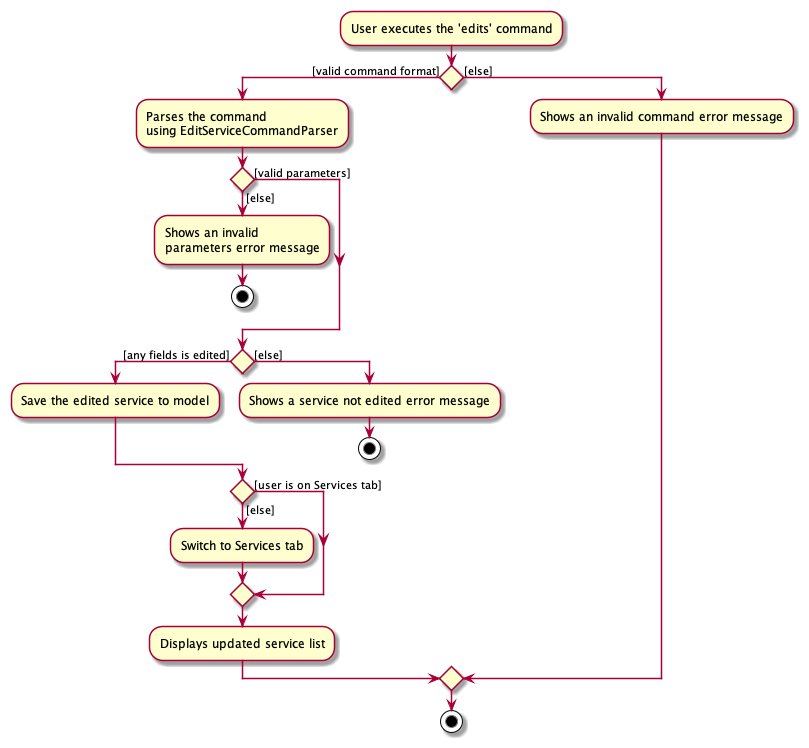
nus-cs2103-AY2122S2/tp keeps this PlantUML diagram as docs/images/EditServiceActivityDiagram.png. Above is the earlier version.
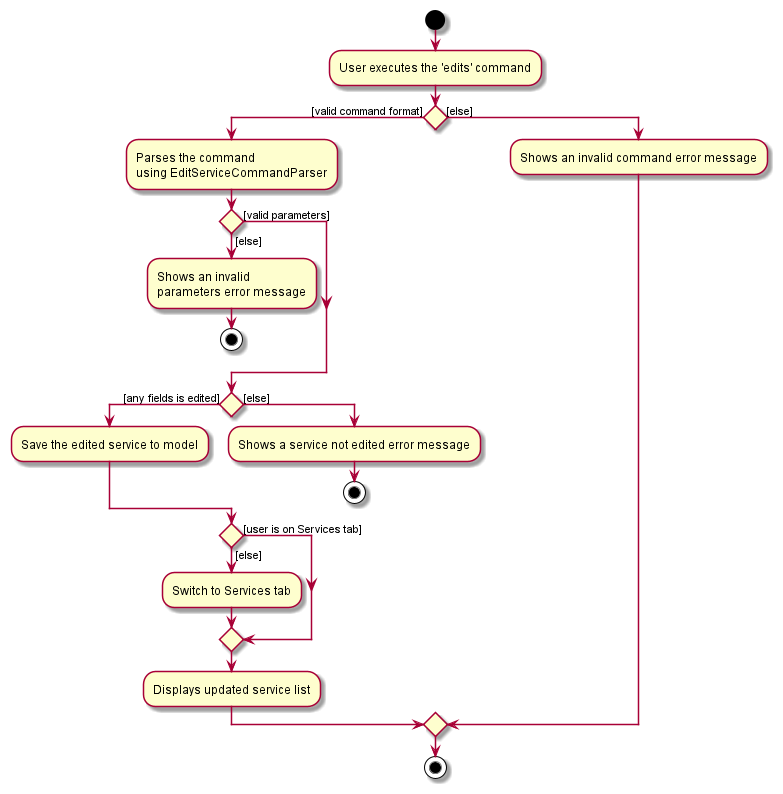
The same diagram one commit later.

Commit message:
Update activity with missing start point

Diff of the diagram source:
```diff
@@ -1,4 +1,5 @@
 @startuml
+start
 :User executes the 'edits' command;
 
 
```
